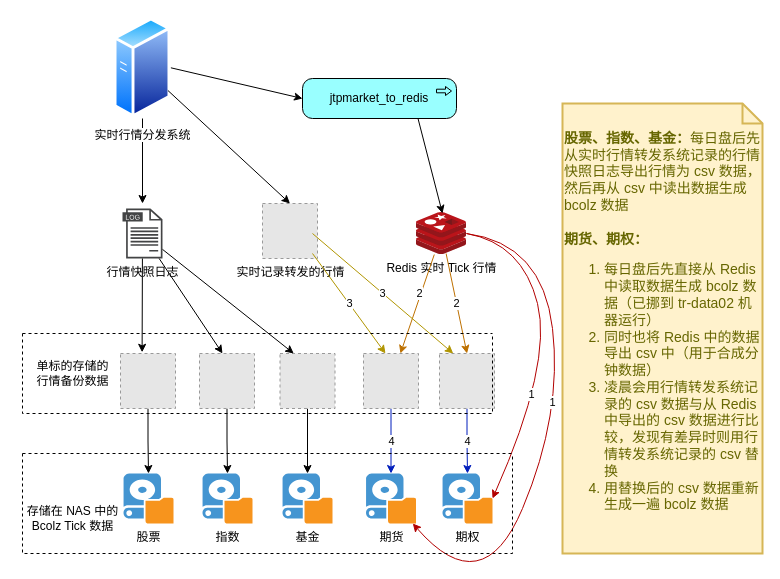
Before: Tick行情数据处理流程.drawio in kuanghy/app-diagrams-repo, a draw.io diagram. Source tidied: cells renumbered, new cells numbered last; positions are measured from the earlier drawing's top-left corner, leaving out a move shared by most shapes. Both pictures are drawn from the tidied source at 100%, with x=0, y=0 at pixel (17, 17). Pictures stored in the file or linked from it are replaced by grey dashed boxes.
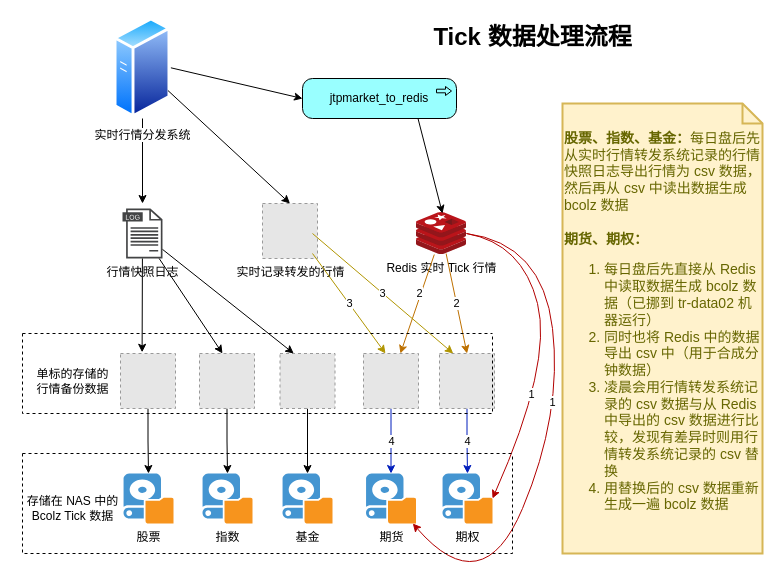
The same diagram, later.

Commit message (it also covers changes not shown here):
更新Tick行情数据处理流程.drawio

Unchanged cells that the change refers to:
```xml
<mxCell id="41" style="swimlane;startSize=0;dashed=1;" parent="1" vertex="1">
  <mxGeometry x="5" y="436" width="490" height="100" as="geometry" />
</mxCell>
<mxCell id="43" style="swimlane;startSize=0;dashed=1;" parent="1" vertex="1">
  <mxGeometry x="5" y="316" width="470" height="80" as="geometry" />
</mxCell>
```

Change to the diagram source:
```diff
@@
     <mxCell id="42" value="存储在 NAS 中的 &lt;br&gt;Bcolz Tick 数据" style="text;html=1;align=center;verticalAlign=middle;strokeColor=none;fillColor=none;" parent="41" vertex="1">
-      <mxGeometry x="-5" y="50" width="110" height="30" as="geometry" />
+      <mxGeometry x="-5" y="40" width="110" height="30" as="geometry" />
     </mxCell>
@@
-    <mxCell id="44" value="单标的存储的&lt;br&gt;行情备份数据" style="text;html=1;align=center;verticalAlign=middle;strokeColor=none;fillColor=none;" parent="1" vertex="1">
-      <mxGeometry x="10" y="341" width="90" height="30" as="geometry" />
+    <mxCell id="44" value="单标的存储的&lt;br&gt;行情备份数据" style="text;html=1;align=center;verticalAlign=middle;strokeColor=none;fillColor=none;" parent="43" vertex="1">
+      <mxGeometry x="5" y="32.5" width="90" height="30" as="geometry" />
     </mxCell>
+    <mxCell id="45" value="Tick 数据处理流程" style="text;strokeColor=none;fillColor=none;html=1;fontSize=24;fontStyle=1;verticalAlign=middle;align=center;dashed=1;" parent="1" vertex="1">
+      <mxGeometry x="465" y="-0.4" width="100" height="40" as="geometry" />
+    </mxCell>
```
